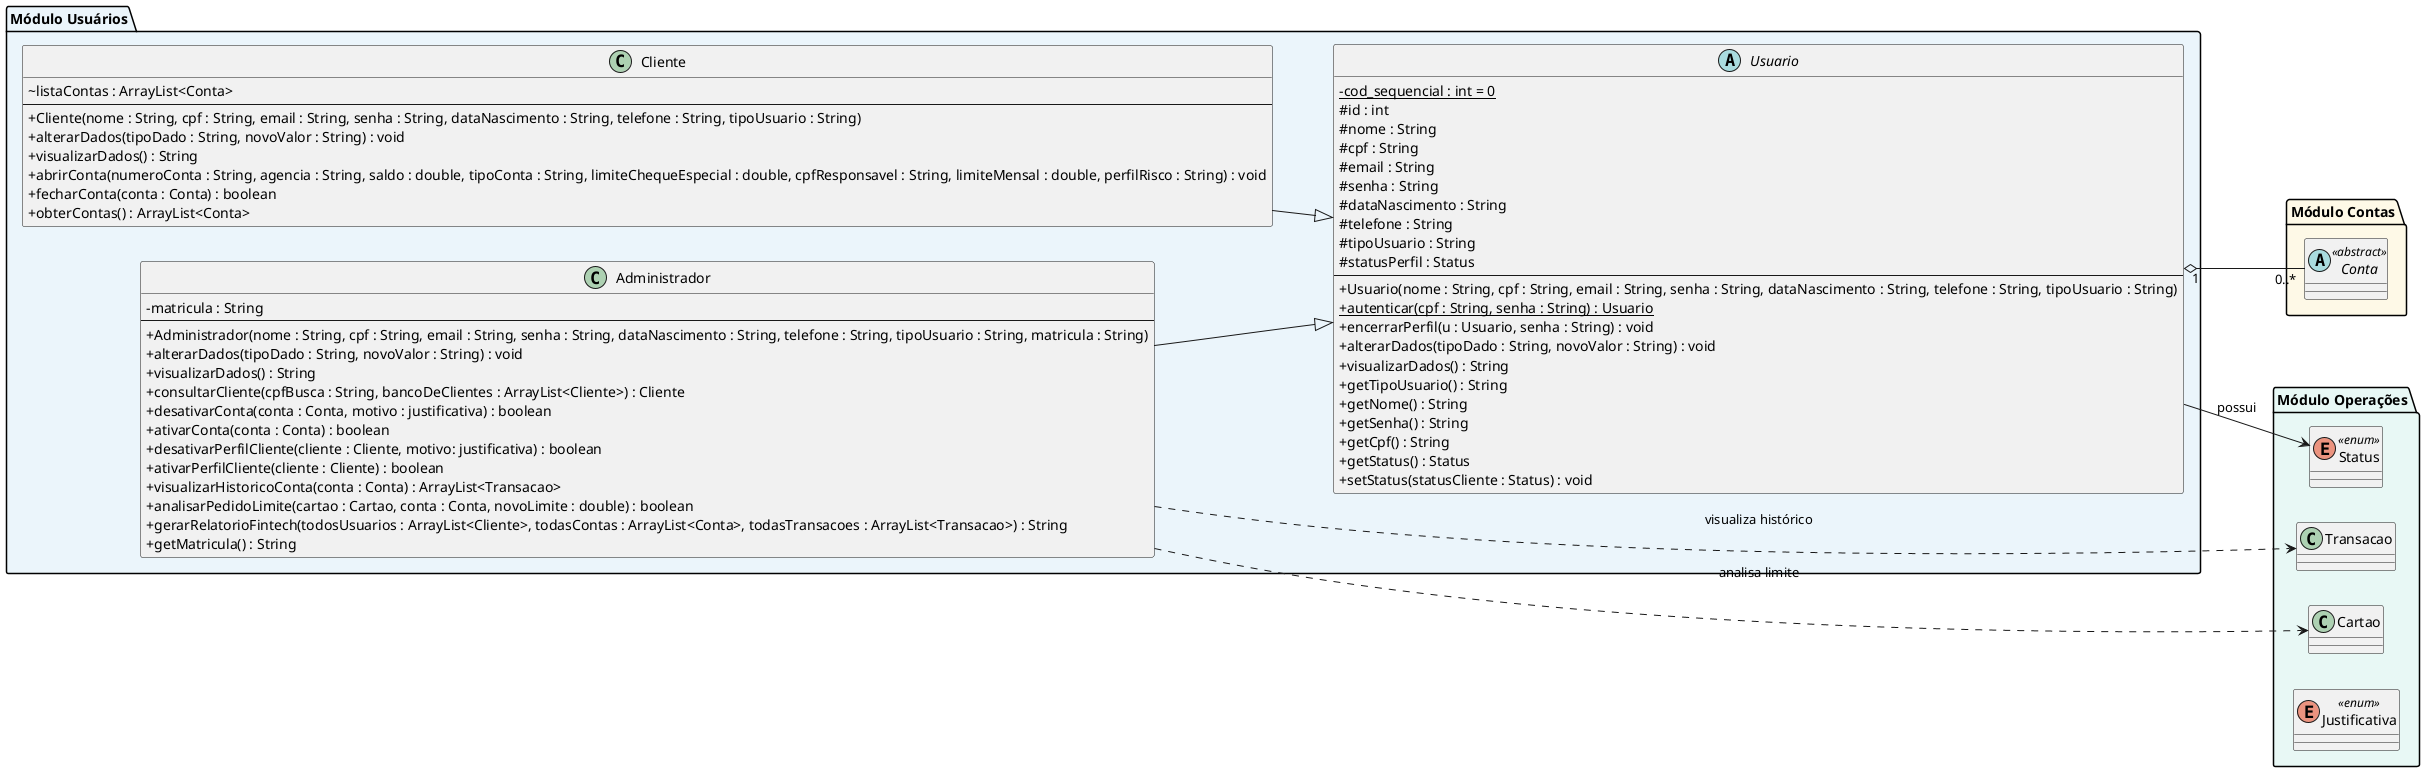
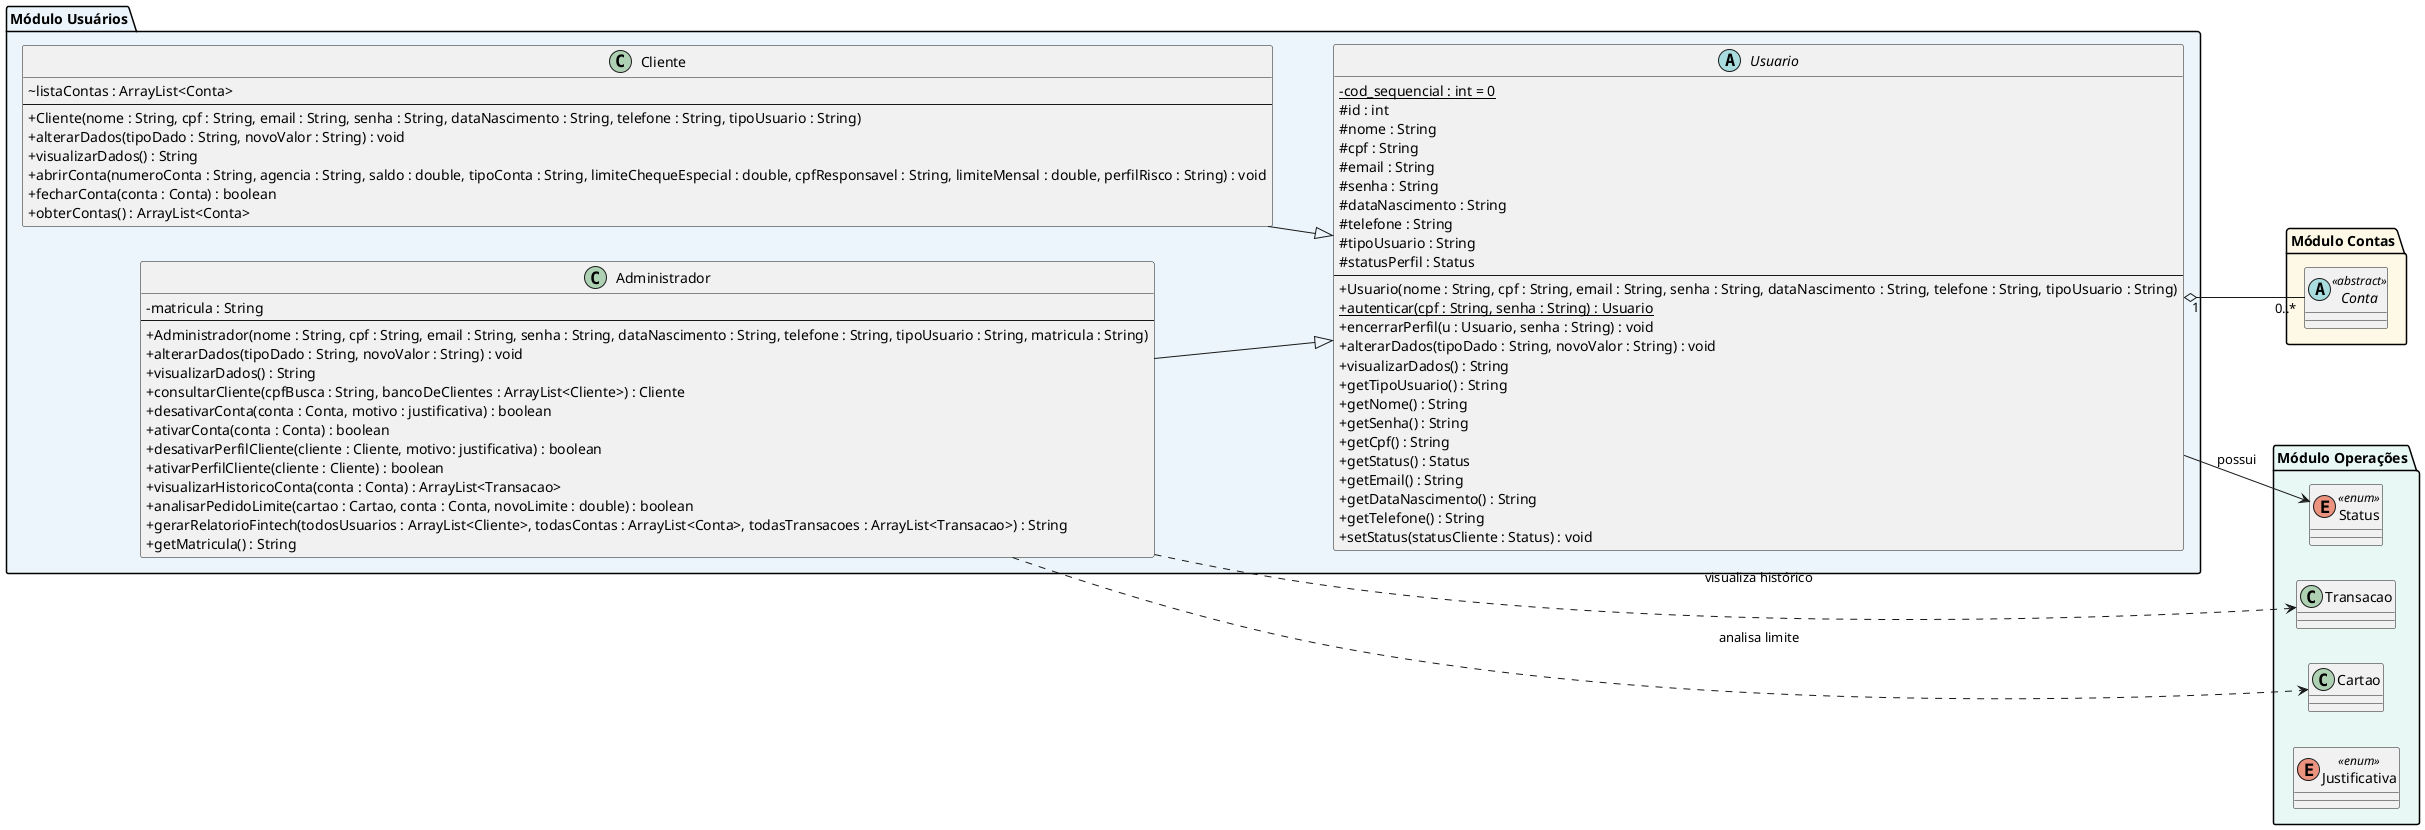
@startuml Módulo Usuários (Visão Expandida)
skinparam classAttributeIconSize 0
left to right direction

package "Módulo Usuários" #EBF5FB {
    abstract class Usuario {
        - {static} cod_sequencial : int = 0
        # id : int
        # nome : String
        # cpf : String
        # email : String
        # senha : String
        # dataNascimento : String
        # telefone : String
        # tipoUsuario : String
        # statusPerfil : Status
        --
        + Usuario(nome : String, cpf : String, email : String, senha : String, dataNascimento : String, telefone : String, tipoUsuario : String)
        + {static} autenticar(cpf : String, senha : String) : Usuario
        + encerrarPerfil(u : Usuario, senha : String) : void
        + alterarDados(tipoDado : String, novoValor : String) : void
        + visualizarDados() : String
        + getTipoUsuario() : String
        + getNome() : String
        + getSenha() : String
        + getCpf() : String
        + getStatus() : Status
+         + getEmail() : String
+         + getDataNascimento() : String
+         + getTelefone() : String
        + setStatus(statusCliente : Status) : void
    }

    class Cliente {
        ~ listaContas : ArrayList<Conta>
        --
        + Cliente(nome : String, cpf : String, email : String, senha : String, dataNascimento : String, telefone : String, tipoUsuario : String)
        + alterarDados(tipoDado : String, novoValor : String) : void
        + visualizarDados() : String
        + abrirConta(numeroConta : String, agencia : String, saldo : double, tipoConta : String, limiteChequeEspecial : double, cpfResponsavel : String, limiteMensal : double, perfilRisco : String) : void
        + fecharConta(conta : Conta) : boolean
        + obterContas() : ArrayList<Conta>
    }

    class Administrador {
        - matricula : String
        --
        + Administrador(nome : String, cpf : String, email : String, senha : String, dataNascimento : String, telefone : String, tipoUsuario : String, matricula : String)
        + alterarDados(tipoDado : String, novoValor : String) : void
        + visualizarDados() : String
        + consultarCliente(cpfBusca : String, bancoDeClientes : ArrayList<Cliente>) : Cliente
        + desativarConta(conta : Conta, motivo : justificativa) : boolean
        + ativarConta(conta : Conta) : boolean
        + desativarPerfilCliente(cliente : Cliente, motivo: justificativa) : boolean
        + ativarPerfilCliente(cliente : Cliente) : boolean
        + visualizarHistoricoConta(conta : Conta) : ArrayList<Transacao>
        + analisarPedidoLimite(cartao : Cartao, conta : Conta, novoLimite : double) : boolean
        + gerarRelatorioFintech(todosUsuarios : ArrayList<Cliente>, todasContas : ArrayList<Conta>, todasTransacoes : ArrayList<Transacao>) : String
        + getMatricula() : String
    }

    Cliente -down-|> Usuario
    Administrador -down-|> Usuario
}

package "Módulo Contas" #FEF9E7 {
    abstract class Conta <<abstract>>
}

package "Módulo Operações" #E8F8F5 {
    class Transacao
    class Cartao
    enum Status <<enum>>
    enum Justificativa <<enum>>
}

Usuario "1" o-- "0..*" Conta
Usuario --> Status : possui
Administrador ..> Cartao : analisa limite
Administrador ..> Transacao : visualiza histórico
@enduml